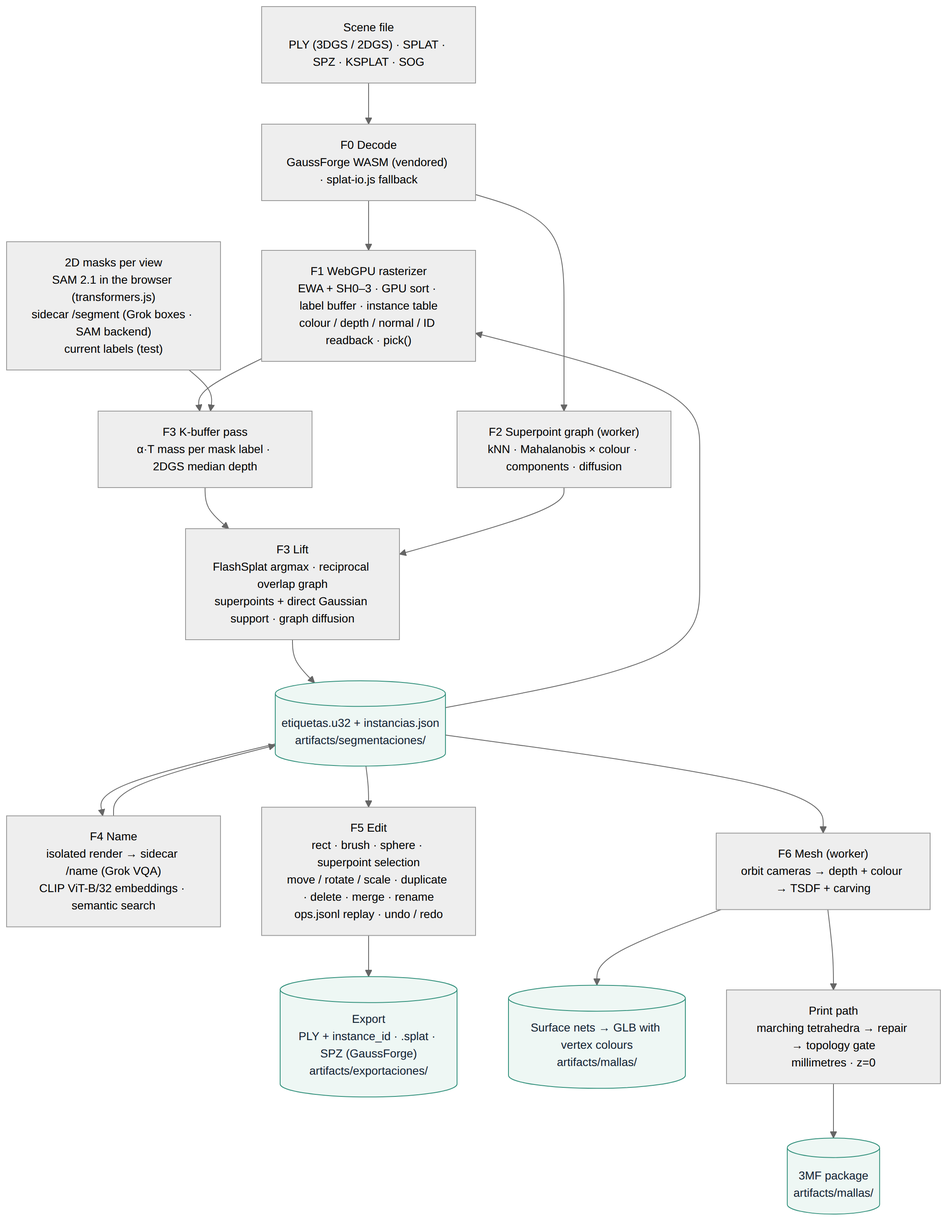
Before: docs/figures/segmentation-pipeline.png, a diagram exported from Mermaid (EdwinKestler/Gaussian-Splatting-WebViewers). Its source is kept beside it as docs/figures/segmentation-pipeline.mmd.
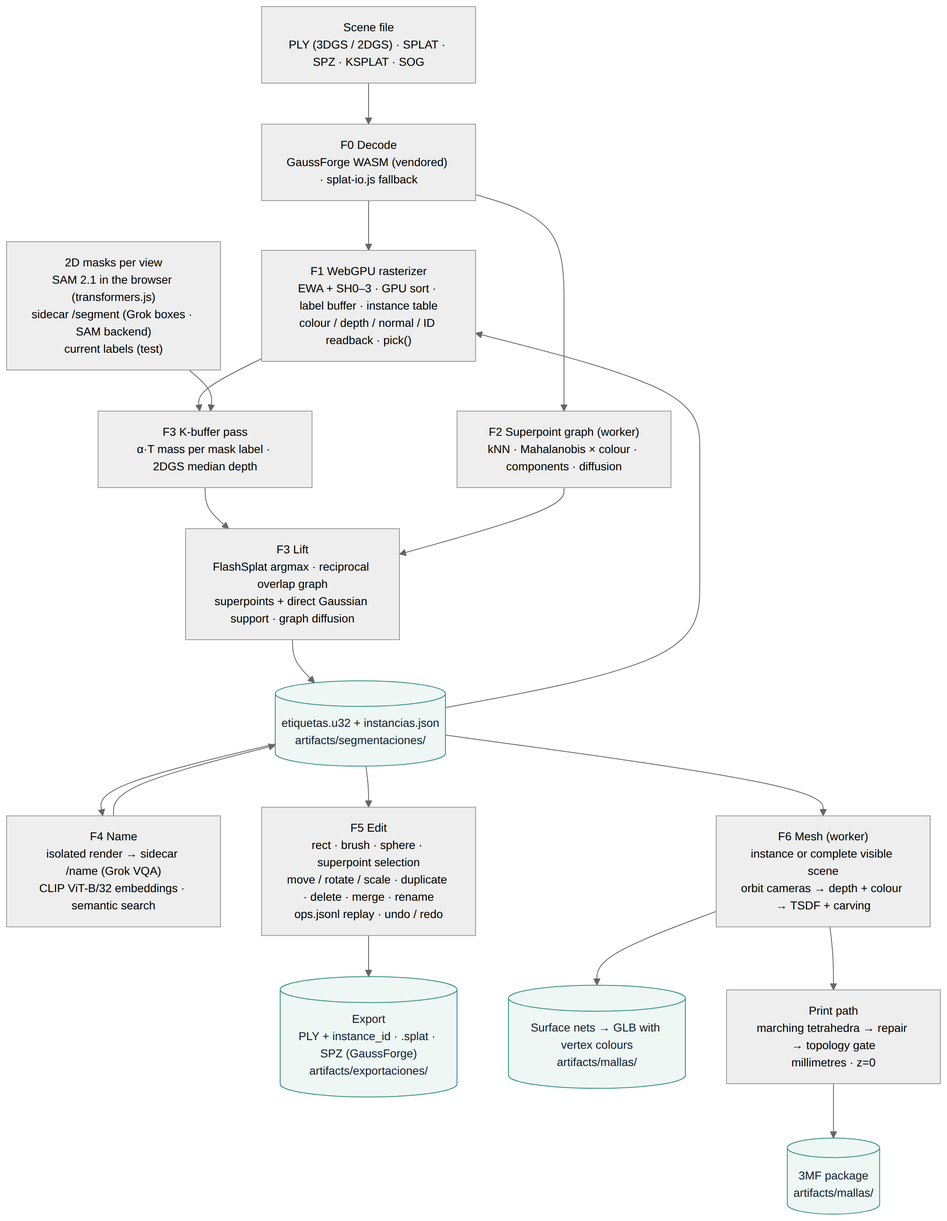
The same diagram one commit later.

Change to the diagram source:
```diff
@@ -12,7 +12,7 @@
   K --> J
   J --> L["F5 Edit<br/>rect · brush · sphere · superpoint selection<br/>move / rotate / scale · duplicate · delete · merge · rename<br/>ops.jsonl replay · undo / redo"]
   L --> X[("Export<br/>PLY + instance_id · .splat · SPZ (GaussForge)<br/>artifacts/exportaciones/")]
-  J --> N["F6 Mesh (worker)<br/>orbit cameras → depth + colour → TSDF + carving"]
+  J --> N["F6 Mesh (worker)<br/>instance or complete visible scene<br/>orbit cameras → depth + colour → TSDF + carving"]
   N --> Y[("Surface nets → GLB with vertex colours<br/>artifacts/mallas/")]
   N --> P["Print path<br/>marching tetrahedra → repair → topology gate<br/>millimetres · z=0"]
   P --> Z[("3MF package<br/>artifacts/mallas/")]
```
